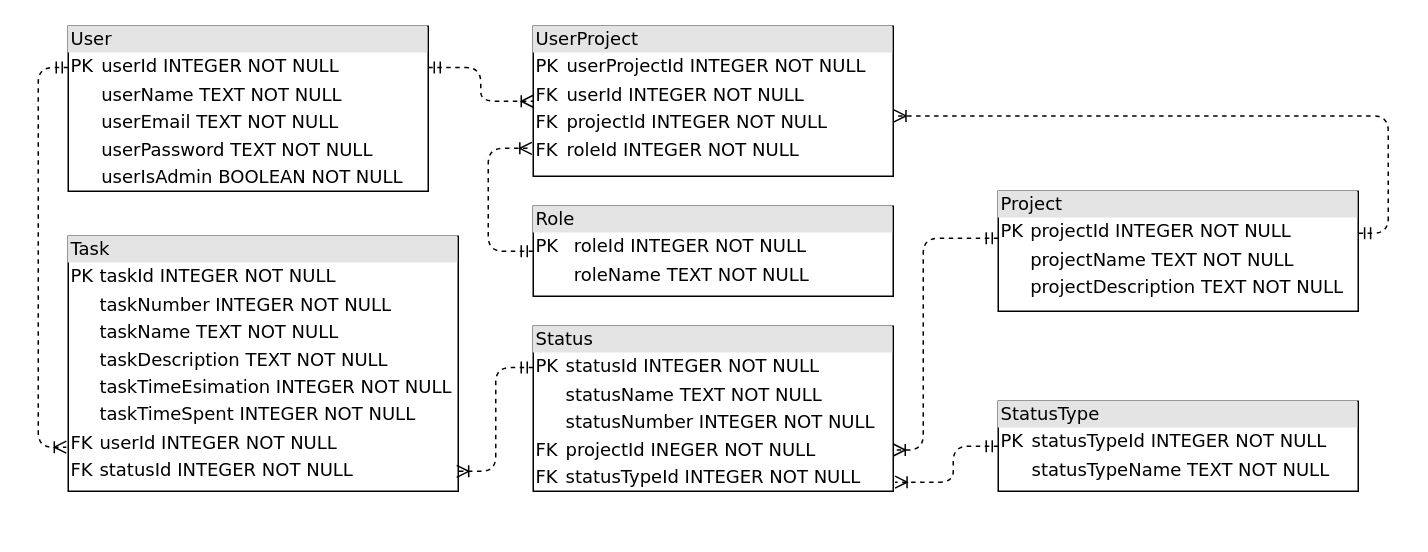
Before: docs/raw_diagrams/database.drawio in aVorotnikov/thunder_board, a draw.io diagram. Source tidied: cells renumbered, new cells numbered last; positions are measured from the earlier drawing's top-left corner, leaving out a move shared by most shapes. Both pictures are drawn from the tidied source at 150%, with x=0, y=0 at pixel (38, 26).
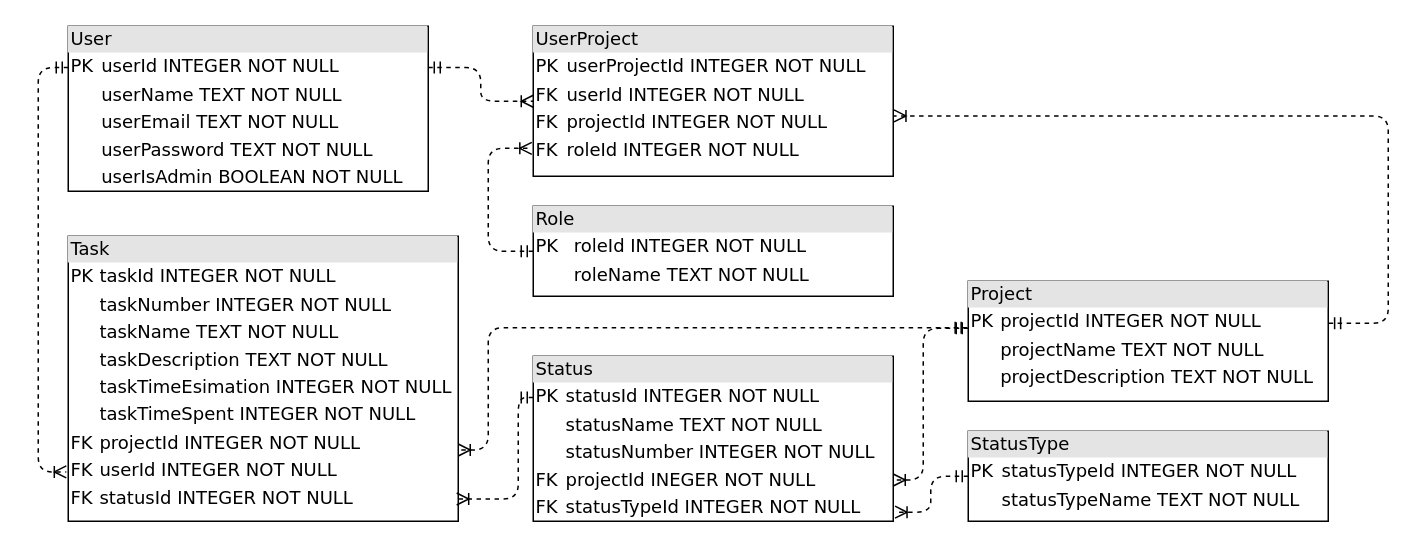
Above is the later version.

Commit message (it also covers changes not shown here):
Возвращена связь задание-проект

The change refers to these unchanged cells:
```xml
<mxCell id="2" value="&lt;div style=&quot;box-sizing: border-box ; width: 100% ; background: #e4e4e4 ; padding: 2px&quot;&gt;User&lt;/div&gt;&lt;table style=&quot;width: 100% ; font-size: 1em&quot; cellpadding=&quot;2&quot; cellspacing=&quot;0&quot;&gt;&lt;tbody&gt;&lt;tr&gt;&lt;td&gt;PK&lt;/td&gt;&lt;td&gt;userId INTEGER NOT NULL&lt;/td&gt;&lt;/tr&gt;&lt;tr&gt;&lt;td&gt;&lt;br&gt;&lt;/td&gt;&lt;td&gt;userName TEXT NOT NULL&lt;/td&gt;&lt;/tr&gt;&lt;tr&gt;&lt;td&gt;&lt;br&gt;&lt;/td&gt;&lt;td&gt;userEmail TEXT NOT NULL&lt;/td&gt;&lt;/tr&gt;&lt;tr&gt;&lt;td&gt;&lt;/td&gt;&lt;td&gt;userPassword TEXT NOT NULL&lt;/td&gt;&lt;/tr&gt;&lt;tr&gt;&lt;td&gt;&lt;br&gt;&lt;/td&gt;&lt;td&gt;userIsAdmin BOOLEAN NOT NULL&lt;br&gt;&lt;/td&gt;&lt;/tr&gt;&lt;/tbody&gt;&lt;/table&gt;" style="verticalAlign=top;align=left;overflow=fill;html=1;rounded=0;shadow=0;comic=0;labelBackgroundColor=none;strokeWidth=1;fontFamily=Verdana;fontSize=12;" parent="1" vertex="1">
  <mxGeometry x="20" width="240" height="110" as="geometry" />
</mxCell>
<mxCell id="4" value="&lt;div style=&quot;box-sizing: border-box ; width: 100% ; background: #e4e4e4 ; padding: 2px&quot;&gt;UserProject&lt;/div&gt;&lt;table style=&quot;width: 100% ; font-size: 1em&quot; cellpadding=&quot;2&quot; cellspacing=&quot;0&quot;&gt;&lt;tbody&gt;&lt;tr&gt;&lt;td&gt;PK&lt;/td&gt;&lt;td&gt;userProjectId INTEGER NOT NULL&lt;/td&gt;&lt;/tr&gt;&lt;tr&gt;&lt;td&gt;FK&lt;/td&gt;&lt;td&gt;userId INTEGER NOT NULL&lt;/td&gt;&lt;/tr&gt;&lt;tr&gt;&lt;td&gt;FK&lt;/td&gt;&lt;td&gt;projectId INTEGER NOT NULL&lt;/td&gt;&lt;/tr&gt;&lt;tr&gt;&lt;td&gt;FK&lt;br&gt;&lt;/td&gt;&lt;td&gt;roleId INTEGER NOT NULL&lt;br&gt;&lt;/td&gt;&lt;/tr&gt;&lt;/tbody&gt;&lt;/table&gt;" style="verticalAlign=top;align=left;overflow=fill;html=1;rounded=0;shadow=0;comic=0;labelBackgroundColor=none;strokeWidth=1;fontFamily=Verdana;fontSize=12;" parent="1" vertex="1">
  <mxGeometry x="330" width="240" height="100" as="geometry" />
</mxCell>
```

Change to the diagram source:
```diff
@@
     <mxCell id="3" value="&lt;div style=&quot;box-sizing: border-box ; width: 100% ; background: #e4e4e4 ; padding: 2px&quot;&gt;Project&lt;/div&gt;&lt;table style=&quot;width: 100% ; font-size: 1em&quot; cellpadding=&quot;2&quot; cellspacing=&quot;0&quot;&gt;&lt;tbody&gt;&lt;tr&gt;&lt;td&gt;PK&lt;/td&gt;&lt;td&gt;projectId INTEGER NOT NULL&lt;/td&gt;&lt;/tr&gt;&lt;tr&gt;&lt;td&gt;&lt;br&gt;&lt;/td&gt;&lt;td&gt;projectName TEXT NOT NULL&lt;/td&gt;&lt;/tr&gt;&lt;tr&gt;&lt;td&gt;&lt;/td&gt;&lt;td&gt;projectDescription TEXT NOT NULL&lt;/td&gt;&lt;/tr&gt;&lt;tr&gt;&lt;td&gt;&lt;br&gt;&lt;/td&gt;&lt;td&gt;&lt;br&gt;&lt;/td&gt;&lt;/tr&gt;&lt;/tbody&gt;&lt;/table&gt;" style="verticalAlign=top;align=left;overflow=fill;html=1;rounded=0;shadow=0;comic=0;labelBackgroundColor=none;strokeWidth=1;fontFamily=Verdana;fontSize=12;" parent="1" vertex="1">
-      <mxGeometry x="640" y="110" width="240" height="80" as="geometry" />
+      <mxGeometry x="620" y="170" width="240" height="80" as="geometry" />
     </mxCell>
@@
     <mxCell id="6" style="edgeStyle=orthogonalEdgeStyle;html=1;dashed=1;labelBackgroundColor=none;startArrow=ERmandOne;endArrow=ERoneToMany;fontFamily=Verdana;fontSize=12;align=left;exitX=1.001;exitY=0.35;exitDx=0;exitDy=0;exitPerimeter=0;entryX=1.002;entryY=0.598;entryDx=0;entryDy=0;entryPerimeter=0;" parent="1" edge="1" source="3" target="4">
       <mxGeometry relative="1" as="geometry">
         <Array as="points">
-          <mxPoint x="900" y="138" />
+          <mxPoint x="900" y="198" />
           <mxPoint x="900" y="60" />
         </Array>
       </mxGeometry>
     </mxCell>
@@
-    <mxCell id="9" value="&lt;div style=&quot;box-sizing: border-box ; width: 100% ; background: #e4e4e4 ; padding: 2px&quot;&gt;Task&lt;/div&gt;&lt;table style=&quot;width: 100% ; font-size: 1em&quot; cellpadding=&quot;2&quot; cellspacing=&quot;0&quot;&gt;&lt;tbody&gt;&lt;tr&gt;&lt;td&gt;PK&lt;/td&gt;&lt;td&gt;taskId INTEGER NOT NULL&lt;/td&gt;&lt;/tr&gt;&lt;tr&gt;&lt;td&gt;&lt;br&gt;&lt;/td&gt;&lt;td&gt;taskNumber INTEGER NOT NULL&lt;/td&gt;&lt;/tr&gt;&lt;tr&gt;&lt;td&gt;&lt;br&gt;&lt;/td&gt;&lt;td&gt;taskName TEXT NOT NULL&lt;/td&gt;&lt;/tr&gt;&lt;tr&gt;&lt;td&gt;&lt;/td&gt;&lt;td&gt;taskDescription TEXT NOT NULL&lt;br&gt;&lt;/td&gt;&lt;/tr&gt;&lt;tr&gt;&lt;td&gt;&lt;br&gt;&lt;/td&gt;&lt;td&gt;taskTimeEsimation INTEGER NOT NULL&lt;br&gt;&lt;/td&gt;&lt;/tr&gt;&lt;tr&gt;&lt;td&gt;&lt;br&gt;&lt;/td&gt;&lt;td&gt;taskTimeSpent INTEGER NOT NULL&lt;br&gt;&lt;/td&gt;&lt;/tr&gt;&lt;tr&gt;&lt;td&gt;FK&lt;/td&gt;&lt;td&gt;userId INTEGER NOT NULL&lt;/td&gt;&lt;/tr&gt;&lt;tr&gt;&lt;td&gt;FK&lt;/td&gt;&lt;td&gt;statusId INTEGER NOT NULL&lt;/td&gt;&lt;/tr&gt;&lt;/tbody&gt;&lt;/table&gt;" style="verticalAlign=top;align=left;overflow=fill;html=1;rounded=0;shadow=0;comic=0;labelBackgroundColor=none;strokeWidth=1;fontFamily=Verdana;fontSize=12;" parent="1" vertex="1">
-      <mxGeometry x="20" y="140" width="260" height="170" as="geometry" />
+    <mxCell id="9" value="&lt;div style=&quot;box-sizing: border-box ; width: 100% ; background: #e4e4e4 ; padding: 2px&quot;&gt;Task&lt;/div&gt;&lt;table style=&quot;width: 100% ; font-size: 1em&quot; cellpadding=&quot;2&quot; cellspacing=&quot;0&quot;&gt;&lt;tbody&gt;&lt;tr&gt;&lt;td&gt;PK&lt;/td&gt;&lt;td&gt;taskId INTEGER NOT NULL&lt;/td&gt;&lt;/tr&gt;&lt;tr&gt;&lt;td&gt;&lt;br&gt;&lt;/td&gt;&lt;td&gt;taskNumber INTEGER NOT NULL&lt;/td&gt;&lt;/tr&gt;&lt;tr&gt;&lt;td&gt;&lt;br&gt;&lt;/td&gt;&lt;td&gt;taskName TEXT NOT NULL&lt;/td&gt;&lt;/tr&gt;&lt;tr&gt;&lt;td&gt;&lt;/td&gt;&lt;td&gt;taskDescription TEXT NOT NULL&lt;br&gt;&lt;/td&gt;&lt;/tr&gt;&lt;tr&gt;&lt;td&gt;&lt;br&gt;&lt;/td&gt;&lt;td&gt;taskTimeEsimation INTEGER NOT NULL&lt;br&gt;&lt;/td&gt;&lt;/tr&gt;&lt;tr&gt;&lt;td&gt;&lt;br&gt;&lt;/td&gt;&lt;td&gt;taskTimeSpent INTEGER NOT NULL&lt;br&gt;&lt;/td&gt;&lt;/tr&gt;&lt;tr&gt;&lt;td&gt;FK&lt;/td&gt;&lt;td&gt;projectId INTEGER NOT NULL&lt;/td&gt;&lt;/tr&gt;&lt;tr&gt;&lt;td&gt;FK&lt;/td&gt;&lt;td&gt;userId INTEGER NOT NULL&lt;/td&gt;&lt;/tr&gt;&lt;tr&gt;&lt;td&gt;FK&lt;/td&gt;&lt;td&gt;statusId INTEGER NOT NULL&lt;/td&gt;&lt;/tr&gt;&lt;/tbody&gt;&lt;/table&gt;" style="verticalAlign=top;align=left;overflow=fill;html=1;rounded=0;shadow=0;comic=0;labelBackgroundColor=none;strokeWidth=1;fontFamily=Verdana;fontSize=12;" parent="1" vertex="1">
+      <mxGeometry x="20" y="140" width="260" height="190" as="geometry" />
     </mxCell>
     <mxCell id="10" style="edgeStyle=orthogonalEdgeStyle;html=1;dashed=1;labelBackgroundColor=none;startArrow=ERmandOne;endArrow=ERoneToMany;fontFamily=Verdana;fontSize=12;align=left;exitX=0;exitY=0.25;exitDx=0;exitDy=0;entryX=-0.005;entryY=0.827;entryDx=0;entryDy=0;entryPerimeter=0;" parent="1" edge="1" source="2" target="9">
       <mxGeometry relative="1" as="geometry">
         <Array as="points">
           <mxPoint y="28" />
-          <mxPoint y="281" />
+          <mxPoint y="297" />
         </Array>
       </mxGeometry>
     </mxCell>
     <mxCell id="11" value="&lt;div style=&quot;box-sizing: border-box ; width: 100% ; background: #e4e4e4 ; padding: 2px&quot;&gt;Status&lt;/div&gt;&lt;table style=&quot;width: 100% ; font-size: 1em&quot; cellpadding=&quot;2&quot; cellspacing=&quot;0&quot;&gt;&lt;tbody&gt;&lt;tr&gt;&lt;td&gt;PK&lt;/td&gt;&lt;td&gt;statusId INTEGER NOT NULL&lt;/td&gt;&lt;/tr&gt;&lt;tr&gt;&lt;td&gt;&lt;br&gt;&lt;/td&gt;&lt;td&gt;statusName TEXT NOT NULL&lt;/td&gt;&lt;/tr&gt;&lt;tr&gt;&lt;td&gt;&lt;br&gt;&lt;/td&gt;&lt;td&gt;statusNumber INTEGER NOT NULL&lt;/td&gt;&lt;/tr&gt;&lt;tr&gt;&lt;td&gt;FK&lt;/td&gt;&lt;td&gt;projectId INEGER NOT NULL&lt;/td&gt;&lt;/tr&gt;&lt;tr&gt;&lt;td&gt;FK&lt;/td&gt;&lt;td&gt;statusTypeId INTEGER NOT NULL&lt;/td&gt;&lt;/tr&gt;&lt;/tbody&gt;&lt;/table&gt;" style="verticalAlign=top;align=left;overflow=fill;html=1;rounded=0;shadow=0;comic=0;labelBackgroundColor=none;strokeWidth=1;fontFamily=Verdana;fontSize=12;" parent="1" vertex="1">
-      <mxGeometry x="330" y="200" width="240" height="110" as="geometry" />
+      <mxGeometry x="330" y="220" width="240" height="110" as="geometry" />
     </mxCell>
     <mxCell id="12" value="&lt;div style=&quot;box-sizing: border-box ; width: 100% ; background: #e4e4e4 ; padding: 2px&quot;&gt;StatusType&lt;/div&gt;&lt;table style=&quot;width: 100% ; font-size: 1em&quot; cellpadding=&quot;2&quot; cellspacing=&quot;0&quot;&gt;&lt;tbody&gt;&lt;tr&gt;&lt;td&gt;PK&lt;/td&gt;&lt;td&gt;statusTypeId INTEGER NOT NULL&lt;/td&gt;&lt;/tr&gt;&lt;tr&gt;&lt;td&gt;&lt;br&gt;&lt;/td&gt;&lt;td&gt;statusTypeName TEXT NOT NULL&lt;/td&gt;&lt;/tr&gt;&lt;tr&gt;&lt;td&gt;&lt;/td&gt;&lt;td&gt;&lt;/td&gt;&lt;/tr&gt;&lt;/tbody&gt;&lt;/table&gt;" style="verticalAlign=top;align=left;overflow=fill;html=1;rounded=0;shadow=0;comic=0;labelBackgroundColor=none;strokeWidth=1;fontFamily=Verdana;fontSize=12;" parent="1" vertex="1">
-      <mxGeometry x="640" y="250" width="240" height="60" as="geometry" />
+      <mxGeometry x="620" y="270" width="240" height="60" as="geometry" />
     </mxCell>
     <mxCell id="13" style="edgeStyle=orthogonalEdgeStyle;html=1;dashed=1;labelBackgroundColor=none;startArrow=ERmandOne;endArrow=ERoneToMany;fontFamily=Verdana;fontSize=12;align=left;entryX=1.005;entryY=0.945;entryDx=0;entryDy=0;entryPerimeter=0;exitX=0;exitY=0.5;exitDx=0;exitDy=0;" parent="1" edge="1" source="12" target="11">
-      <mxGeometry relative="1" as="geometry">
-        <Array as="points">
-          <mxPoint x="610" y="280" />
-          <mxPoint x="610" y="304" />
-        </Array>
-      </mxGeometry>
+      <mxGeometry relative="1" as="geometry" />
     </mxCell>
     <mxCell id="14" style="edgeStyle=orthogonalEdgeStyle;html=1;dashed=1;labelBackgroundColor=none;startArrow=ERmandOne;endArrow=ERoneToMany;fontFamily=Verdana;fontSize=12;align=left;exitX=0;exitY=0.25;exitDx=0;exitDy=0;entryX=0.996;entryY=0.922;entryDx=0;entryDy=0;entryPerimeter=0;" parent="1" edge="1" source="11" target="9">
-      <mxGeometry relative="1" as="geometry" />
+      <mxGeometry relative="1" as="geometry">
+        <Array as="points">
+          <mxPoint x="320" y="248" />
+          <mxPoint x="320" y="315" />
+        </Array>
+      </mxGeometry>
     </mxCell>
     <mxCell id="15" style="edgeStyle=orthogonalEdgeStyle;html=1;dashed=1;labelBackgroundColor=none;startArrow=ERmandOne;endArrow=ERoneToMany;fontFamily=Verdana;fontSize=12;align=left;exitX=0;exitY=0.392;exitDx=0;exitDy=0;exitPerimeter=0;entryX=1;entryY=0.75;entryDx=0;entryDy=0;" parent="1" edge="1" source="3" target="11">
       <mxGeometry relative="1" as="geometry">
         <Array as="points">
-          <mxPoint x="590" y="141" />
-          <mxPoint x="590" y="283" />
+          <mxPoint x="590" y="201" />
+          <mxPoint x="590" y="302" />
         </Array>
       </mxGeometry>
     </mxCell>
+    <mxCell id="16" style="edgeStyle=orthogonalEdgeStyle;html=1;dashed=1;labelBackgroundColor=none;startArrow=ERmandOne;endArrow=ERoneToMany;fontFamily=Verdana;fontSize=12;align=left;exitX=-0.003;exitY=0.387;exitDx=0;exitDy=0;exitPerimeter=0;entryX=1;entryY=0.75;entryDx=0;entryDy=0;" parent="1" edge="1" source="3" target="9">
+      <mxGeometry relative="1" as="geometry">
+        <Array as="points">
+          <mxPoint x="300" y="201" />
+          <mxPoint x="300" y="282" />
+        </Array>
+      </mxGeometry>
+    </mxCell>
```
